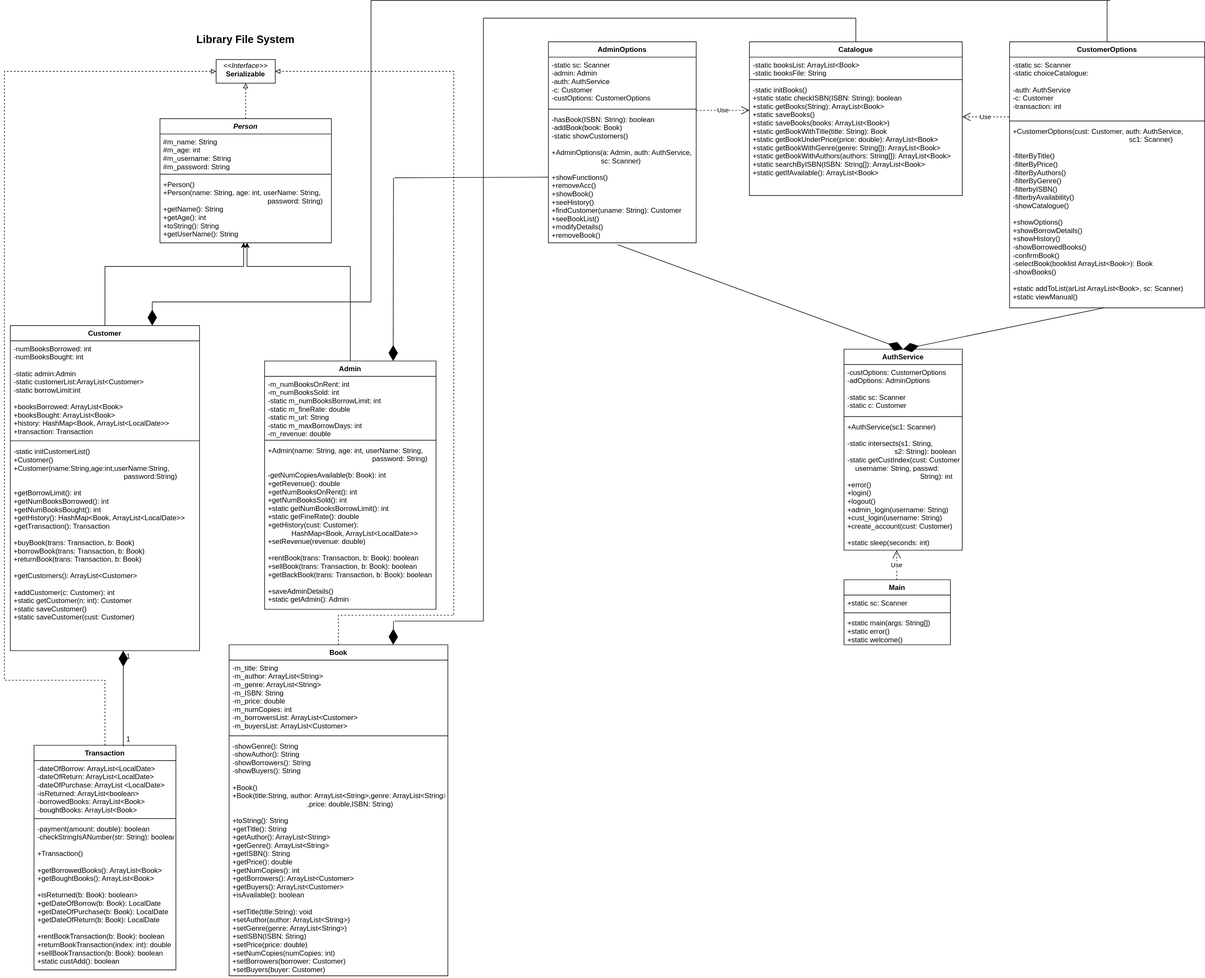
Earlier version of the draw.io export Library/control-flows/Library.svg (adarsh-kishore786/IT-Project). Source tidied: cells renumbered, new cells last; positions are measured from the earlier drawing's top-left corner, leaving out a move shared by most shapes.
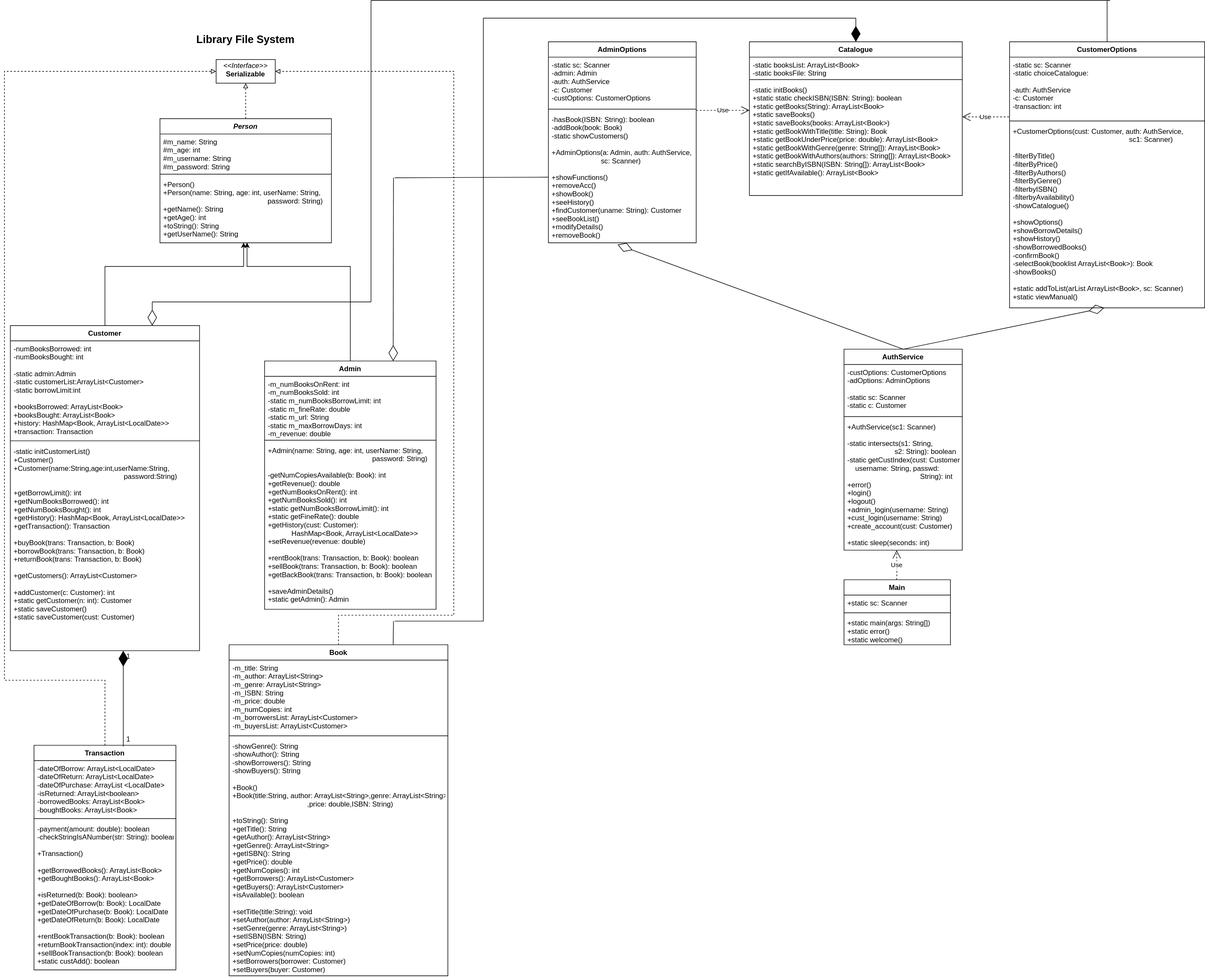
Later version of the same file.

Diff of the diagram source:
```diff
@@ -211,34 +211,24 @@
         <mxPoint x="810" y="1050" as="targetPoint" />
       </mxGeometry>
     </mxCell>
-    <mxCell id="58" style="endArrow=diamondThin;endFill=1;endSize=24;html=1;entryX=0.5;entryY=0;entryDx=0;entryDy=0;exitX=0.468;exitY=1.014;exitDx=0;exitDy=0;exitPerimeter=0;" parent="1" edge="1" source="37" target="45">
+    <mxCell id="58" style="endArrow=diamondThin;endFill=0;endSize=24;html=1;entryX=0.468;entryY=1.014;entryDx=0;entryDy=0;exitX=0.5;exitY=0;exitDx=0;exitDy=0;entryPerimeter=0;" parent="1" edge="1" source="45" target="37">
       <mxGeometry relative="1" as="geometry" />
     </mxCell>
-    <mxCell id="59" style="endArrow=diamondThin;endFill=1;endSize=24;html=1;entryX=0.5;entryY=0;entryDx=0;entryDy=0;exitX=0.485;exitY=1;exitDx=0;exitDy=0;exitPerimeter=0;" parent="1" edge="1" source="52" target="45">
+    <mxCell id="59" style="endArrow=diamondThin;endFill=0;endSize=24;html=1;entryX=0.485;entryY=1;entryDx=0;entryDy=0;exitX=0.5;exitY=0;exitDx=0;exitDy=0;entryPerimeter=0;" parent="1" edge="1" source="45" target="52">
       <mxGeometry relative="1" as="geometry" />
     </mxCell>
     <mxCell id="60" style="endArrow=none;html=1;" parent="1" edge="1">
       <mxGeometry relative="1" as="geometry">
-        <mxPoint x="660" y="1050" as="sourcePoint" />
-        <mxPoint x="810" y="1050" as="targetPoint" />
+        <mxPoint x="810" y="1050" as="sourcePoint" />
+        <mxPoint x="660" y="1050" as="targetPoint" />
       </mxGeometry>
     </mxCell>
-    <mxCell id="61" style="endArrow=diamondThin;endFill=1;endSize=24;html=1;entryX=0.75;entryY=0;entryDx=0;entryDy=0;" parent="1" edge="1" target="13">
+    <mxCell id="61" style="endArrow=diamondThin;endFill=0;endSize=24;html=1;entryX=0.75;entryY=0;entryDx=0;entryDy=0;" parent="1" edge="1" target="13">
       <mxGeometry relative="1" as="geometry">
         <mxPoint x="658" y="300" as="sourcePoint" />
       </mxGeometry>
     </mxCell>
-    <mxCell id="62" style="endArrow=diamondThin;endFill=1;endSize=24;html=1;entryX=0.75;entryY=0;entryDx=0;entryDy=0;" parent="1" edge="1" target="18">
-      <mxGeometry relative="1" as="geometry">
-        <mxPoint x="658" y="1050" as="sourcePoint" />
-      </mxGeometry>
-    </mxCell>
-    <mxCell id="63" style="endArrow=none;html=1;entryX=0.5;entryY=0;entryDx=0;entryDy=0;" parent="1" edge="1" target="38">
-      <mxGeometry relative="1" as="geometry">
-        <mxPoint x="1440" y="30" as="sourcePoint" />
-      </mxGeometry>
-    </mxCell>
-    <mxCell id="64" style="endArrow=diamondThin;endFill=1;endSize=24;html=1;entryX=0.75;entryY=0;entryDx=0;entryDy=0;" parent="1" edge="1" target="8">
+    <mxCell id="64" style="endArrow=diamondThin;endFill=0;endSize=24;html=1;entryX=0.75;entryY=0;entryDx=0;entryDy=0;" parent="1" edge="1" target="8">
       <mxGeometry relative="1" as="geometry">
         <mxPoint x="250" y="510" as="sourcePoint" />
       </mxGeometry>
@@ -266,5 +256,15 @@
         <mxPoint x="1865" as="sourcePoint" />
       </mxGeometry>
     </mxCell>
+    <mxCell id="69" style="endArrow=none;html=1;exitX=0.75;exitY=0;exitDx=0;exitDy=0;" parent="1" edge="1" source="18">
+      <mxGeometry relative="1" as="geometry">
+        <mxPoint x="658" y="1050" as="targetPoint" />
+      </mxGeometry>
+    </mxCell>
+    <mxCell id="70" style="endArrow=diamondThin;endFill=1;endSize=24;html=1;entryX=0.5;entryY=0;entryDx=0;entryDy=0;" parent="1" edge="1" target="38">
+      <mxGeometry relative="1" as="geometry">
+        <mxPoint x="1440" y="30" as="sourcePoint" />
+      </mxGeometry>
+    </mxCell>
   </root>
 </mxGraphModel>
```
